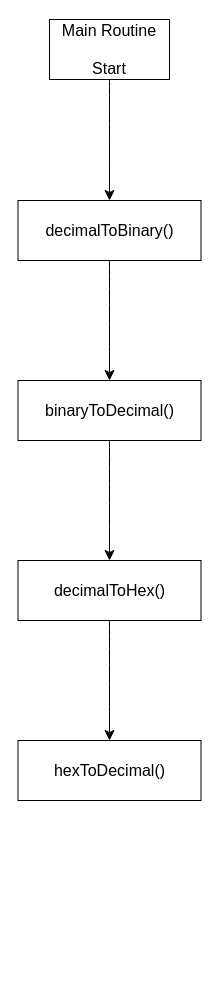
The draw.io diagram anwarAssignment26/MainProgram.drawio in mh-anwar/ICS3U1, before the edit. Source tidied: cells renumbered, new cells numbered last; positions are measured from the earlier drawing's top-left corner, leaving out a move shared by most shapes. Both pictures are drawn from the tidied source at 100%, with x=0, y=0 at pixel (17, 19).
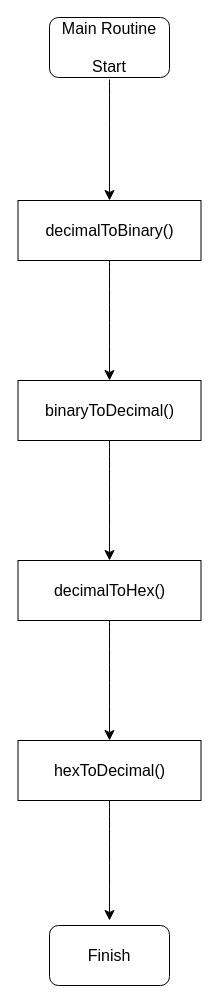
The same diagram, later.

Change to the diagram source:
```diff
@@
 <mxGraphModel>
   <root>
     <mxCell id="0" />
     <mxCell id="1" parent="0" />
-    <mxCell id="2" style="edgeStyle=none;curved=1;rounded=0;jettySize=auto;html=1;fontSize=12;startSize=8;endSize=8;" parent="1" edge="1" source="3" target="5">
-      <mxGeometry relative="1" as="geometry" />
+    <mxCell id="2" style="edgeStyle=none;curved=1;rounded=0;jettySize=auto;html=1;fontSize=12;startSize=8;endSize=8;" parent="1" edge="1" target="5">
+      <mxGeometry relative="1" as="geometry">
+        <mxPoint x="92" y="60" as="sourcePoint" />
+      </mxGeometry>
     </mxCell>
-    <mxCell id="3" value="Main Routine&lt;br&gt;&lt;br&gt;Start" style="rounded=0;whiteSpace=wrap;html=1;fontSize=16;" parent="1" vertex="1">
-      <mxGeometry x="32" width="120" height="60" as="geometry" />
-    </mxCell>
     <mxCell id="4" style="edgeStyle=none;curved=1;rounded=0;jettySize=auto;html=1;fontSize=12;startSize=8;endSize=8;" parent="1" edge="1" source="5" target="7">
       <mxGeometry relative="1" as="geometry" />
     </mxCell>
     <mxCell id="5" value="decimalToBinary()" style="rounded=0;whiteSpace=wrap;html=1;fontSize=16;" parent="1" vertex="1">
       <mxGeometry x="0.5" y="181" width="183" height="60" as="geometry" />
     </mxCell>
     <mxCell id="6" style="edgeStyle=none;curved=1;rounded=0;jettySize=auto;html=1;fontSize=12;startSize=8;endSize=8;" parent="1" edge="1" source="7" target="9">
       <mxGeometry relative="1" as="geometry" />
     </mxCell>
     <mxCell id="7" value="binaryToDecimal()" style="rounded=0;whiteSpace=wrap;html=1;fontSize=16;" parent="1" vertex="1">
       <mxGeometry x="0.5" y="361" width="183" height="60" as="geometry" />
     </mxCell>
     <mxCell id="8" style="edgeStyle=none;curved=1;rounded=0;jettySize=auto;html=1;fontSize=12;startSize=8;endSize=8;" parent="1" edge="1" source="9" target="10">
       <mxGeometry relative="1" as="geometry" />
     </mxCell>
     <mxCell id="9" value="decimalToHex()" style="rounded=0;whiteSpace=wrap;html=1;fontSize=16;" parent="1" vertex="1">
       <mxGeometry x="0.5" y="541" width="183" height="60" as="geometry" />
     </mxCell>
+    <mxCell id="11" style="edgeStyle=none;curved=1;rounded=0;jettySize=auto;html=1;fontSize=12;startSize=8;endSize=8;" parent="1" edge="1" source="10">
+      <mxGeometry relative="1" as="geometry">
+        <mxPoint x="92" y="901" as="targetPoint" />
+      </mxGeometry>
+    </mxCell>
     <mxCell id="10" value="hexToDecimal()" style="rounded=0;whiteSpace=wrap;html=1;fontSize=16;" parent="1" vertex="1">
       <mxGeometry x="0.5" y="721" width="183" height="60" as="geometry" />
     </mxCell>
+    <mxCell id="12" value="Finish" style="rounded=1;whiteSpace=wrap;html=1;fontSize=16;" parent="1" vertex="1">
+      <mxGeometry x="32" y="906" width="120" height="60" as="geometry" />
+    </mxCell>
+    <mxCell id="3" value="Main Routine&lt;br&gt;&lt;br&gt;Start" style="rounded=1;whiteSpace=wrap;html=1;fontSize=16;" parent="1" vertex="1">
+      <mxGeometry x="32" y="-2" width="120" height="60" as="geometry" />
+    </mxCell>
   </root>
 </mxGraphModel>
```
